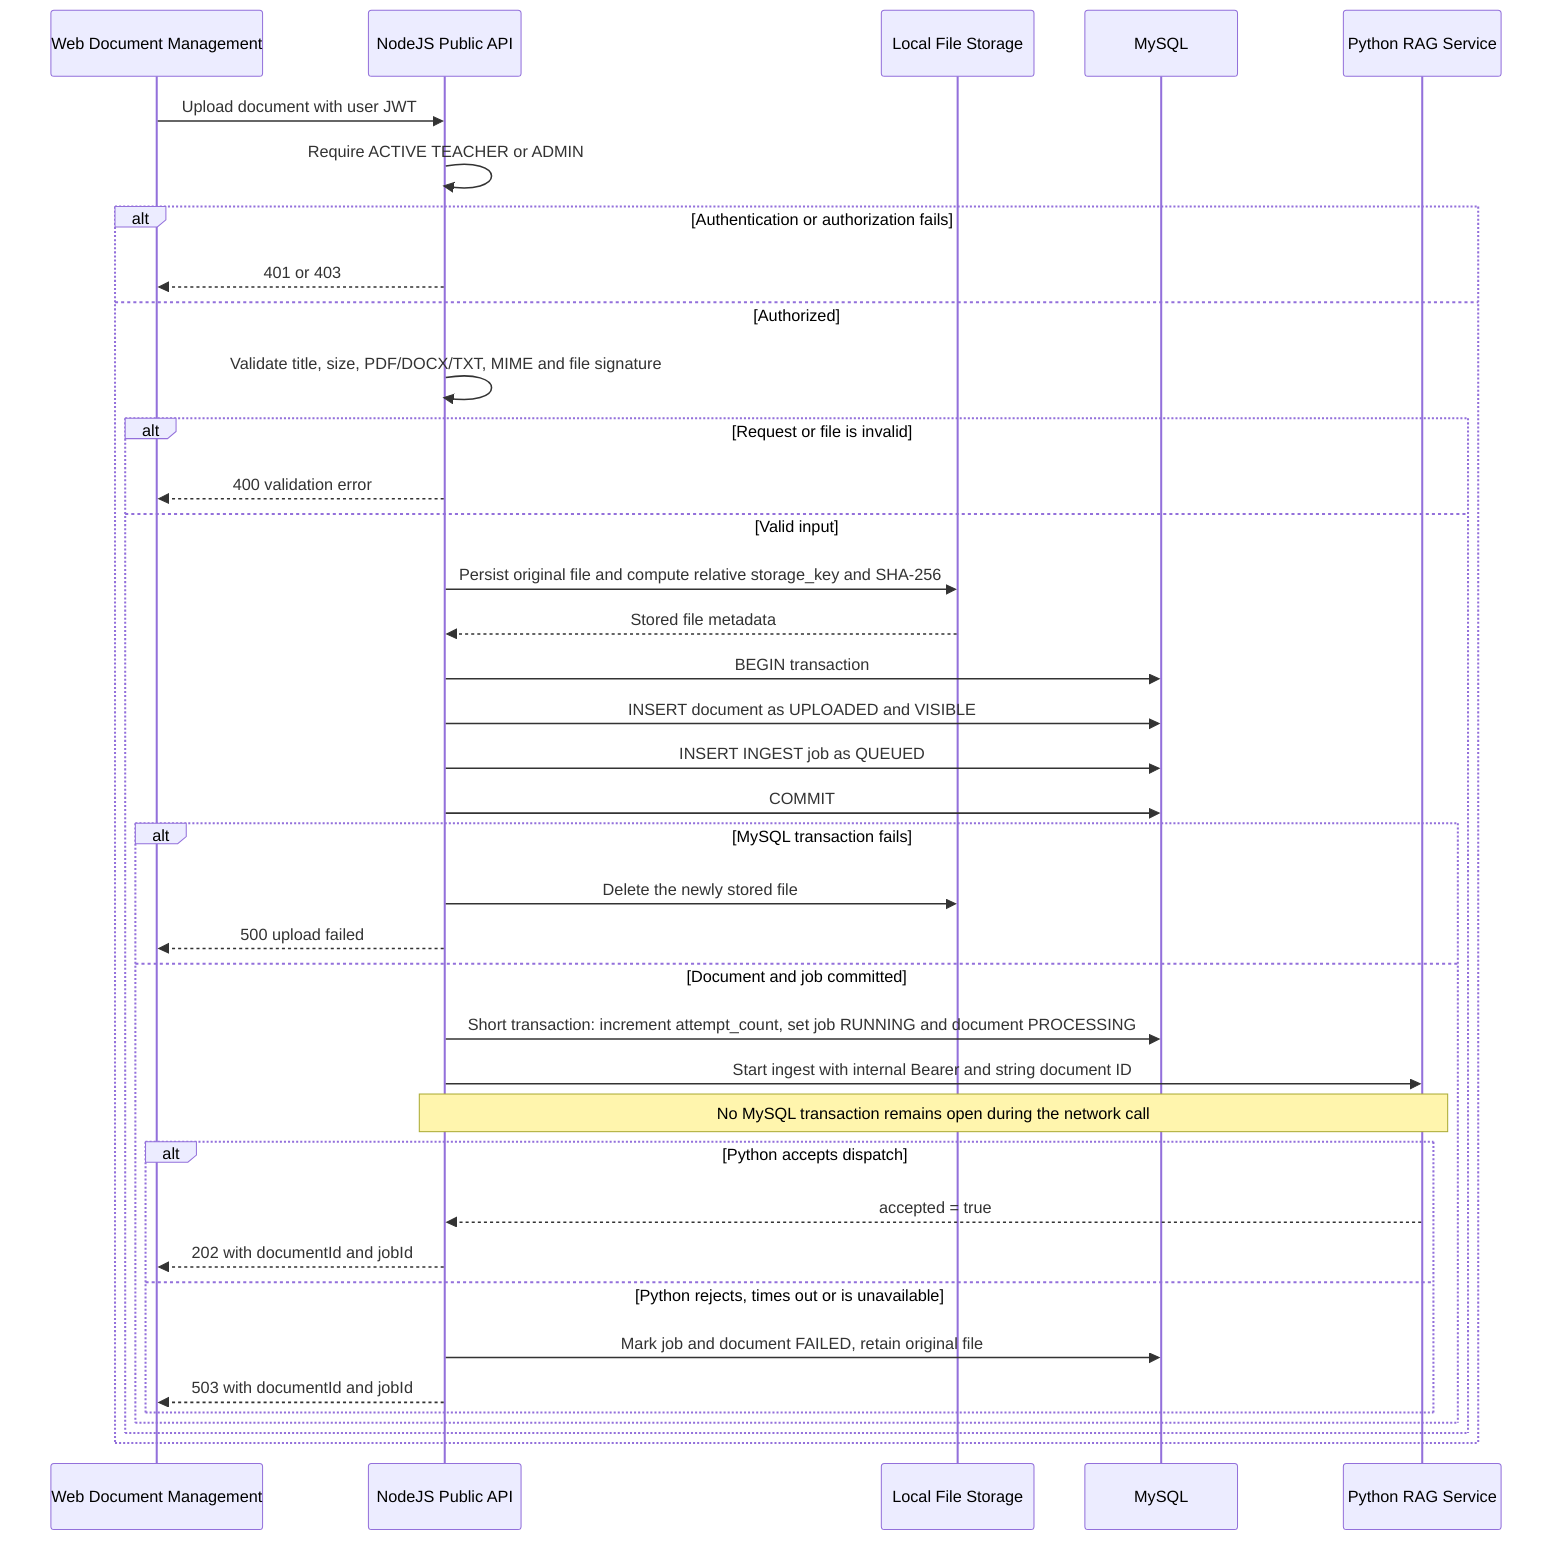
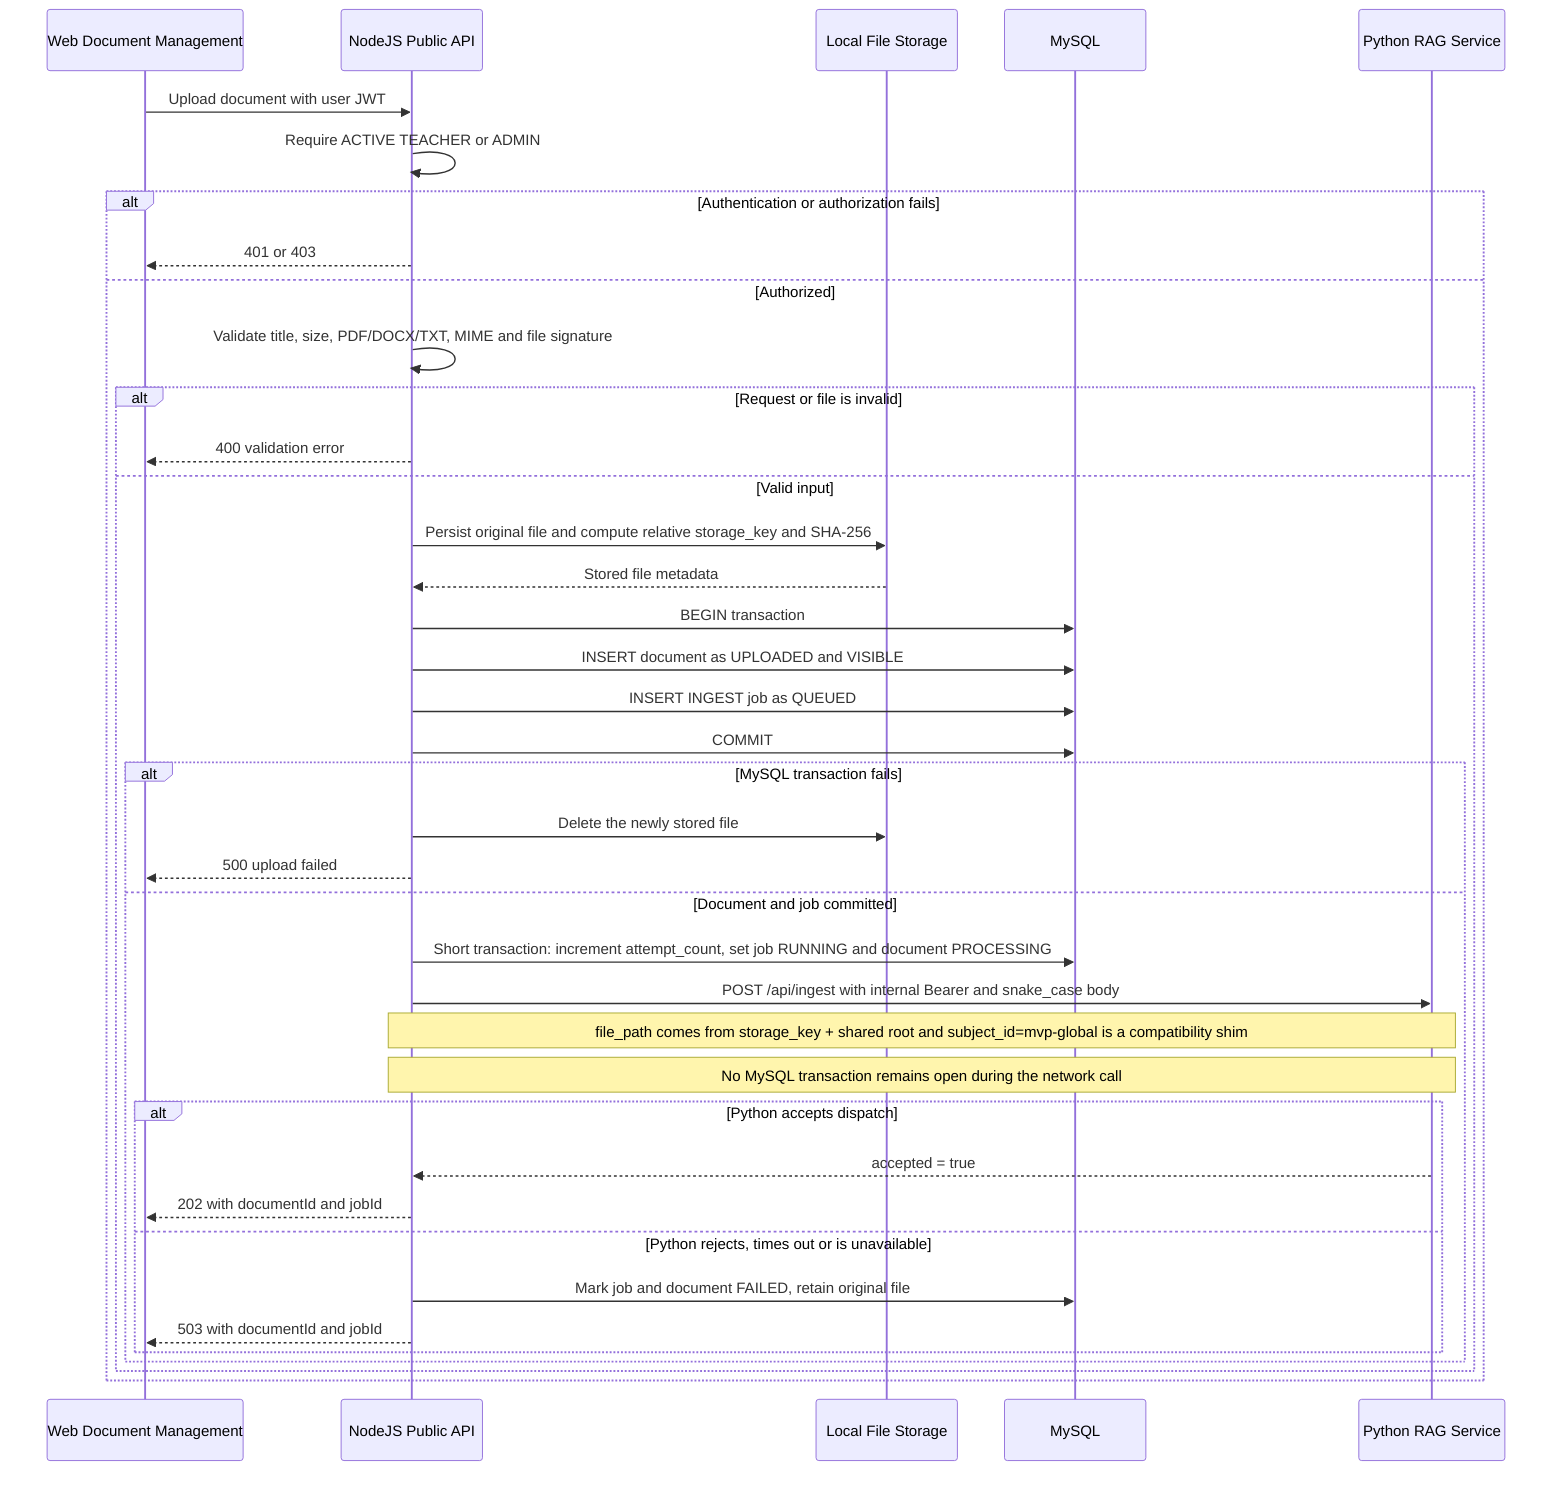
%% 01 Document upload | Detailed NodeJS/Core flow
sequenceDiagram
  participant Web as Web Document Management
  participant Node as NodeJS Public API
  participant Store as Local File Storage
  participant DB as MySQL
  participant RAG as Python RAG Service

  Web->>Node: Upload document with user JWT
  Node->>Node: Require ACTIVE TEACHER or ADMIN
  alt Authentication or authorization fails
    Node-->>Web: 401 or 403
  else Authorized
    Node->>Node: Validate title, size, PDF/DOCX/TXT, MIME and file signature
    alt Request or file is invalid
      Node-->>Web: 400 validation error
    else Valid input
      Node->>Store: Persist original file and compute relative storage_key and SHA-256
      Store-->>Node: Stored file metadata
      Node->>DB: BEGIN transaction
      Node->>DB: INSERT document as UPLOADED and VISIBLE
      Node->>DB: INSERT INGEST job as QUEUED
      Node->>DB: COMMIT
      alt MySQL transaction fails
        Node->>Store: Delete the newly stored file
        Node-->>Web: 500 upload failed
      else Document and job committed
        Node->>DB: Short transaction: increment attempt_count, set job RUNNING and document PROCESSING
-         Node->>RAG: Start ingest with internal Bearer and string document ID
+         Node->>RAG: POST /api/ingest with internal Bearer and snake_case body
+         Note over Node,RAG: file_path comes from storage_key + shared root and subject_id=mvp-global is a compatibility shim
        Note over Node,RAG: No MySQL transaction remains open during the network call
        alt Python accepts dispatch
          RAG-->>Node: accepted = true
          Node-->>Web: 202 with documentId and jobId
        else Python rejects, times out or is unavailable
          Node->>DB: Mark job and document FAILED, retain original file
          Node-->>Web: 503 with documentId and jobId
        end
      end
    end
  end
